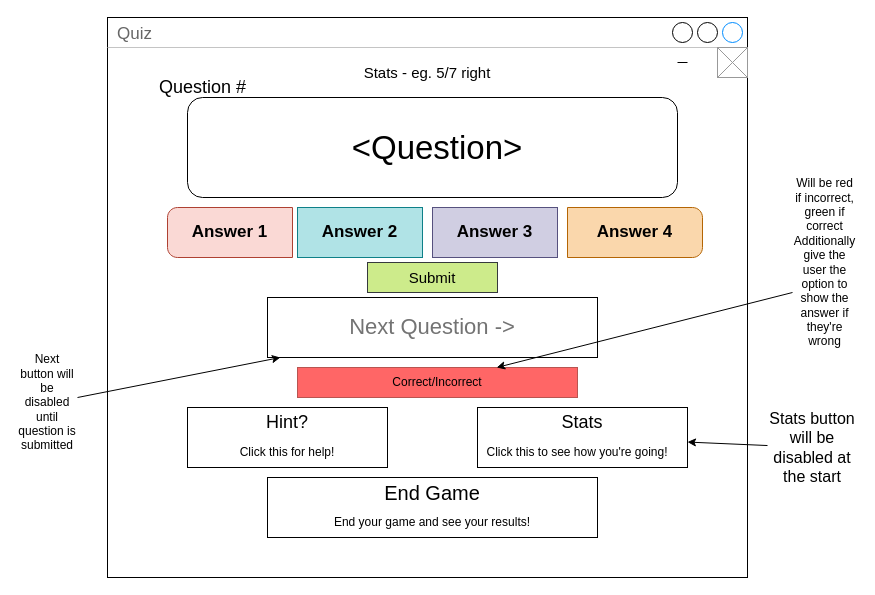
Before: quiz_planning.drawio in Fairihunt/Quiz, a draw.io diagram. Source tidied: cells renumbered, new cells numbered last; positions are measured from the earlier drawing's top-left corner, leaving out a move shared by most shapes. Both pictures are drawn from the tidied source at 100%, with x=0, y=0 at pixel (17, 17).
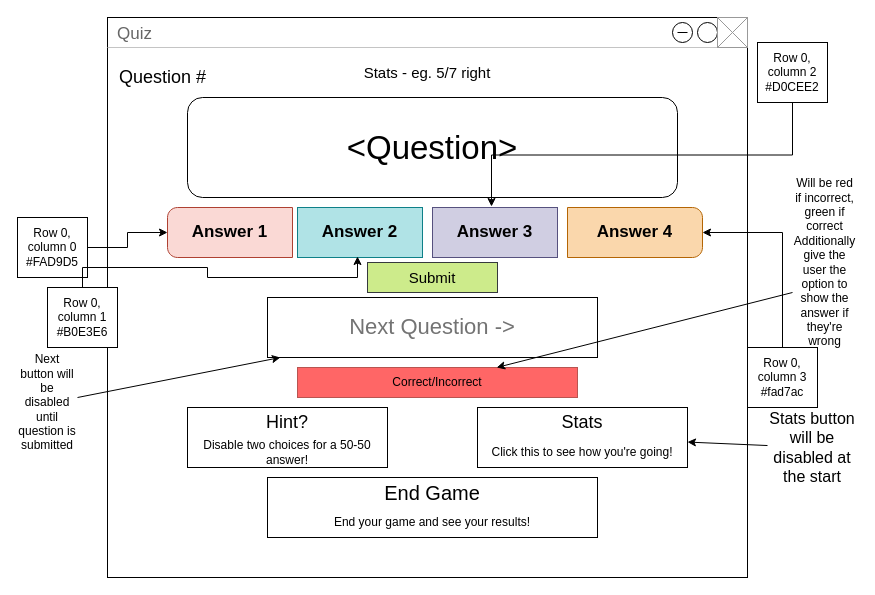
After the change.

Unchanged cells that the change refers to:
```xml
<mxCell id="4" value="Answer 2" style="text;strokeColor=inherit;align=center;verticalAlign=middle;spacingLeft=10;spacingRight=10;overflow=hidden;points=[[0,0.5],[1,0.5]];portConstraint=eastwest;whiteSpace=wrap;html=1;rSize=5;fillColor=inherit;fontColor=inherit;fontSize=17;fontStyle=1;" parent="3" vertex="1">
  <mxGeometry width="125" height="50" as="geometry" />
</mxCell>
<mxCell id="11" value="Answer 1" style="text;align=center;verticalAlign=middle;spacingLeft=10;spacingRight=10;overflow=hidden;points=[[0,0.5],[1,0.5]];portConstraint=eastwest;whiteSpace=wrap;html=1;shape=mxgraph.mockup.leftButton;rSize=10;fontSize=17;fontStyle=1;strokeWidth=1;strokeColor=#ae4132;fillColor=#fad9d5;" parent="1" vertex="1">
  <mxGeometry x="150" y="190" width="125" height="50" as="geometry" />
</mxCell>
<mxCell id="12" value="Answer 4" style="text;strokeColor=#b46504;align=center;verticalAlign=middle;spacingLeft=10;spacingRight=10;overflow=hidden;points=[[0,0.5],[1,0.5]];portConstraint=eastwest;whiteSpace=wrap;html=1;shape=mxgraph.mockup.rightButton;rSize=10;fillColor=#fad7ac;fontSize=17;fontStyle=1;" parent="1" vertex="1">
  <mxGeometry x="550" y="190" width="135" height="50" as="geometry" />
</mxCell>
<mxCell id="13" value="Answer 3" style="text;strokeColor=#56517e;align=center;verticalAlign=middle;spacingLeft=10;spacingRight=10;overflow=hidden;points=[[0,0.5],[1,0.5]];portConstraint=eastwest;whiteSpace=wrap;html=1;rSize=5;fillColor=#d0cee2;fontSize=17;fontStyle=1;" parent="1" vertex="1">
  <mxGeometry x="415" y="190" width="125" height="50" as="geometry" />
</mxCell>
```

What changed in the source:
```diff
@@
     <mxCell id="10" value="&lt;font style=&quot;font-size: 33px;&quot;&gt;&amp;lt;Question&amp;gt;&lt;/font&gt;" style="text;html=1;whiteSpace=wrap;strokeColor=none;fillColor=none;align=center;verticalAlign=middle;rounded=0;" parent="1" vertex="1">
-      <mxGeometry x="175" y="80" width="490" height="100" as="geometry" />
+      <mxGeometry x="170" y="80" width="490" height="100" as="geometry" />
     </mxCell>
@@
     <mxCell id="14" style="verticalLabelPosition=bottom;shadow=0;dashed=0;align=center;html=1;verticalAlign=top;strokeWidth=1;shape=mxgraph.mockup.graphics.simpleIcon;strokeColor=#999999;" parent="1" vertex="1">
-      <mxGeometry x="700" y="30" width="30" height="30" as="geometry" />
+      <mxGeometry x="700" width="30" height="30" as="geometry" />
     </mxCell>
     <mxCell id="15" style="line;strokeWidth=1;dashed=0;labelPosition=right;align=left;verticalAlign=middle;spacingTop=0;spacingLeft=6;" parent="1" vertex="1">
-      <mxGeometry x="660" y="40" width="10" height="10" as="geometry" />
+      <mxGeometry x="660" y="10" width="10" height="10" as="geometry" />
     </mxCell>
     <mxCell id="16" value="&lt;div style=&quot;&quot;&gt;&lt;span style=&quot;font-size: 18px; background-color: transparent; color: light-dark(rgb(0, 0, 0), rgb(255, 255, 255));&quot;&gt;Question #&lt;/span&gt;&lt;/div&gt;" style="text;html=1;whiteSpace=wrap;strokeColor=none;fillColor=none;align=left;verticalAlign=middle;rounded=0;" parent="1" vertex="1">
-      <mxGeometry x="140" y="50" width="550" height="40" as="geometry" />
+      <mxGeometry x="100" y="40" width="550" height="40" as="geometry" />
     </mxCell>
@@
     <mxCell id="19" value="Click this to see how you're going!" style="text;html=1;whiteSpace=wrap;strokeColor=none;fillColor=none;align=center;verticalAlign=middle;rounded=0;" parent="1" vertex="1">
-      <mxGeometry x="455" y="420" width="210" height="30" as="geometry" />
+      <mxGeometry x="460" y="420" width="210" height="30" as="geometry" />
     </mxCell>
@@
-    <mxCell id="21" value="Click this for help!" style="text;html=1;whiteSpace=wrap;strokeColor=none;fillColor=none;align=center;verticalAlign=middle;rounded=0;" parent="1" vertex="1">
+    <mxCell id="21" value="Disable two choices for a 50-50 answer!" style="text;html=1;whiteSpace=wrap;strokeColor=none;fillColor=none;align=center;verticalAlign=middle;rounded=0;" parent="1" vertex="1">
       <mxGeometry x="170" y="420" width="200" height="30" as="geometry" />
     </mxCell>
@@
+    <mxCell id="32" style="edgeStyle=orthogonalEdgeStyle;rounded=0;jettySize=auto;html=1;" parent="1" edge="1" source="33" target="11">
+      <mxGeometry relative="1" as="geometry" />
+    </mxCell>
+    <mxCell id="33" value="Row 0, column 0&lt;div&gt;#FAD9D5&lt;/div&gt;" style="rounded=0;whiteSpace=wrap;html=1;" parent="1" vertex="1">
+      <mxGeometry y="200" width="70" height="60" as="geometry" />
+    </mxCell>
+    <mxCell id="34" value="Row 0, column 1&lt;div&gt;#B0E3E6&lt;/div&gt;" style="rounded=0;whiteSpace=wrap;html=1;" parent="1" vertex="1">
+      <mxGeometry x="30" y="270" width="70" height="60" as="geometry" />
+    </mxCell>
+    <mxCell id="35" style="edgeStyle=orthogonalEdgeStyle;rounded=0;jettySize=auto;html=1;entryX=0.48;entryY=0.98;entryDx=0;entryDy=0;entryPerimeter=0;" parent="1" edge="1" source="34" target="4">
+      <mxGeometry relative="1" as="geometry" />
+    </mxCell>
+    <mxCell id="36" value="Row 0, column 2&lt;br&gt;#D0CEE2" style="rounded=0;whiteSpace=wrap;html=1;" parent="1" vertex="1">
+      <mxGeometry x="740" y="25" width="70" height="60" as="geometry" />
+    </mxCell>
+    <mxCell id="37" style="edgeStyle=orthogonalEdgeStyle;rounded=0;jettySize=auto;html=1;entryX=0.472;entryY=-0.02;entryDx=0;entryDy=0;entryPerimeter=0;" parent="1" edge="1" source="36" target="13">
+      <mxGeometry relative="1" as="geometry" />
+    </mxCell>
+    <mxCell id="38" style="edgeStyle=orthogonalEdgeStyle;rounded=0;jettySize=auto;html=1;" parent="1" edge="1" source="39" target="12">
+      <mxGeometry relative="1" as="geometry" />
+    </mxCell>
+    <mxCell id="39" value="Row 0, column 3&lt;div&gt;#fad7ac&lt;/div&gt;" style="rounded=0;whiteSpace=wrap;html=1;" parent="1" vertex="1">
+      <mxGeometry x="730" y="330" width="70" height="60" as="geometry" />
+    </mxCell>
```
